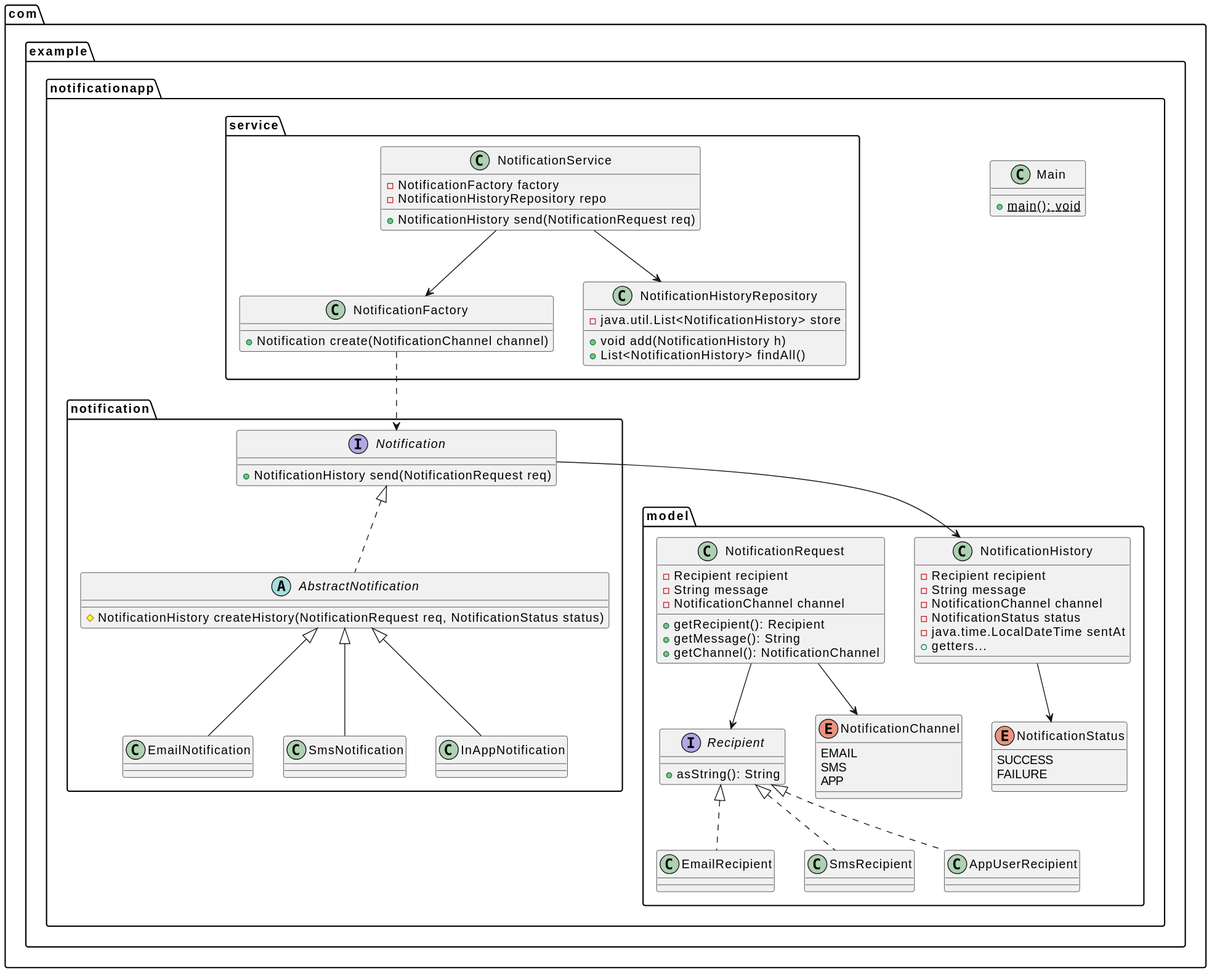
The PlantUML diagram docs/fig/class_diagram.svg in tri-shtr/notification-app, before a commit.
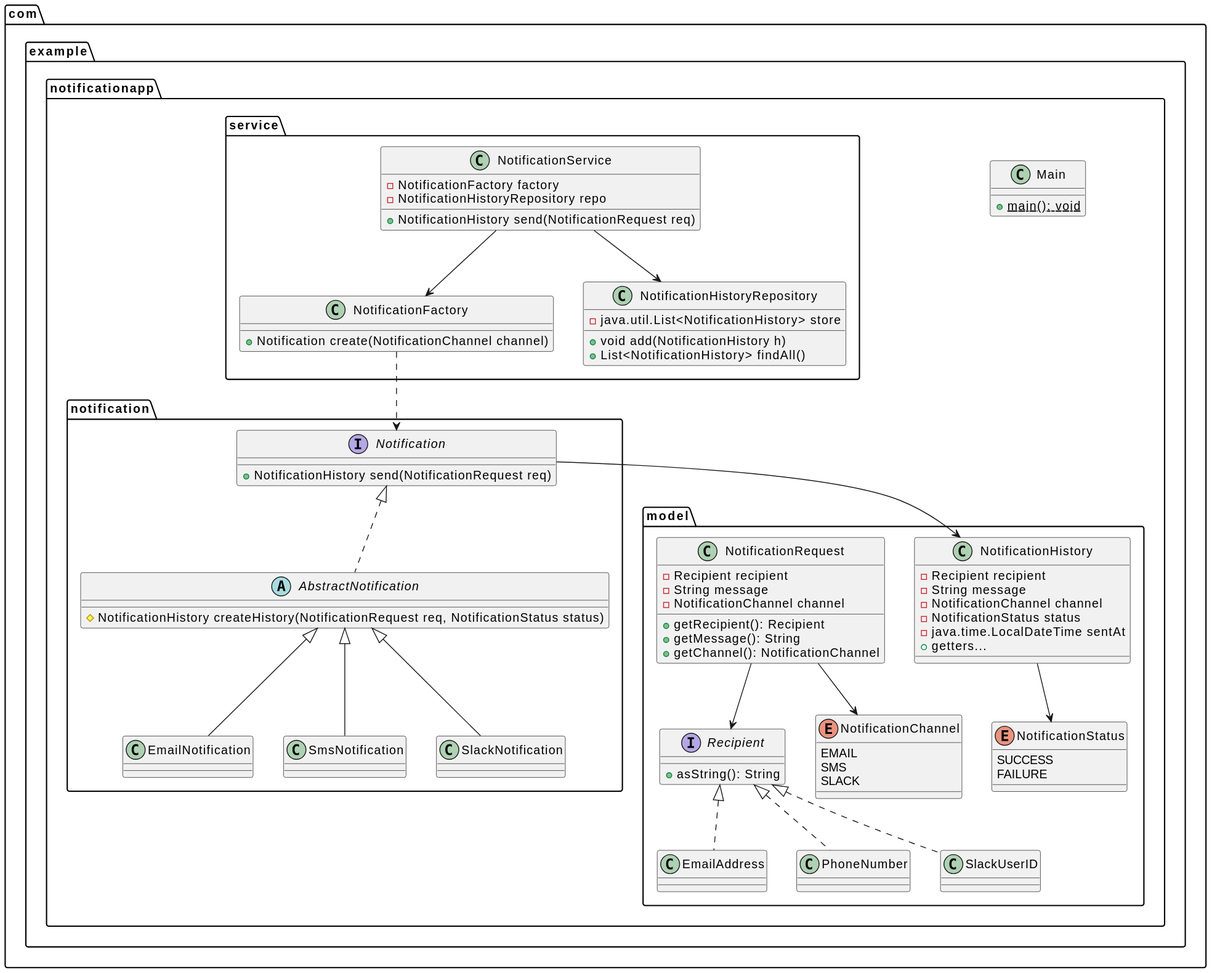
Later version of the same file.

The edit, as a diff of the source:
```diff
@@ -20,14 +20,14 @@
             interface Recipient {
                 + asString(): String
             }
-            class EmailRecipient
-            class SmsRecipient
-            class AppUserRecipient
+            class EmailAddress
+            class PhoneNumber
+            class SlackUserID
 
             enum NotificationChannel {
                 EMAIL
                 SMS
-                APP
+                SLACK
             }
 
             class NotificationHistory {
@@ -56,7 +56,7 @@
 
             class EmailNotification
             class SmsNotification
-            class InAppNotification
+            class SlackNotification
 
         }
 
@@ -86,14 +86,14 @@
 }
 
 com.example.notificationapp.model.NotificationRequest --> com.example.notificationapp.model.Recipient
-com.example.notificationapp.model.Recipient <|.. com.example.notificationapp.model.EmailRecipient
-com.example.notificationapp.model.Recipient <|.. com.example.notificationapp.model.SmsRecipient
-com.example.notificationapp.model.Recipient <|.. com.example.notificationapp.model.AppUserRecipient
+com.example.notificationapp.model.Recipient <|.. com.example.notificationapp.model.EmailAddress
+com.example.notificationapp.model.Recipient <|.. com.example.notificationapp.model.PhoneNumber
+com.example.notificationapp.model.Recipient <|.. com.example.notificationapp.model.SlackUserID
 
 com.example.notificationapp.notification.Notification <|.. com.example.notificationapp.notification.AbstractNotification
 com.example.notificationapp.notification.AbstractNotification <|-- com.example.notificationapp.notification.EmailNotification
 com.example.notificationapp.notification.AbstractNotification <|-- com.example.notificationapp.notification.SmsNotification
-com.example.notificationapp.notification.AbstractNotification <|-- com.example.notificationapp.notification.InAppNotification
+com.example.notificationapp.notification.AbstractNotification <|-- com.example.notificationapp.notification.SlackNotification
 
 com.example.notificationapp.service.NotificationService --> com.example.notificationapp.service.NotificationFactory
 com.example.notificationapp.service.NotificationService --> com.example.notificationapp.service.NotificationHistoryRepository
```
